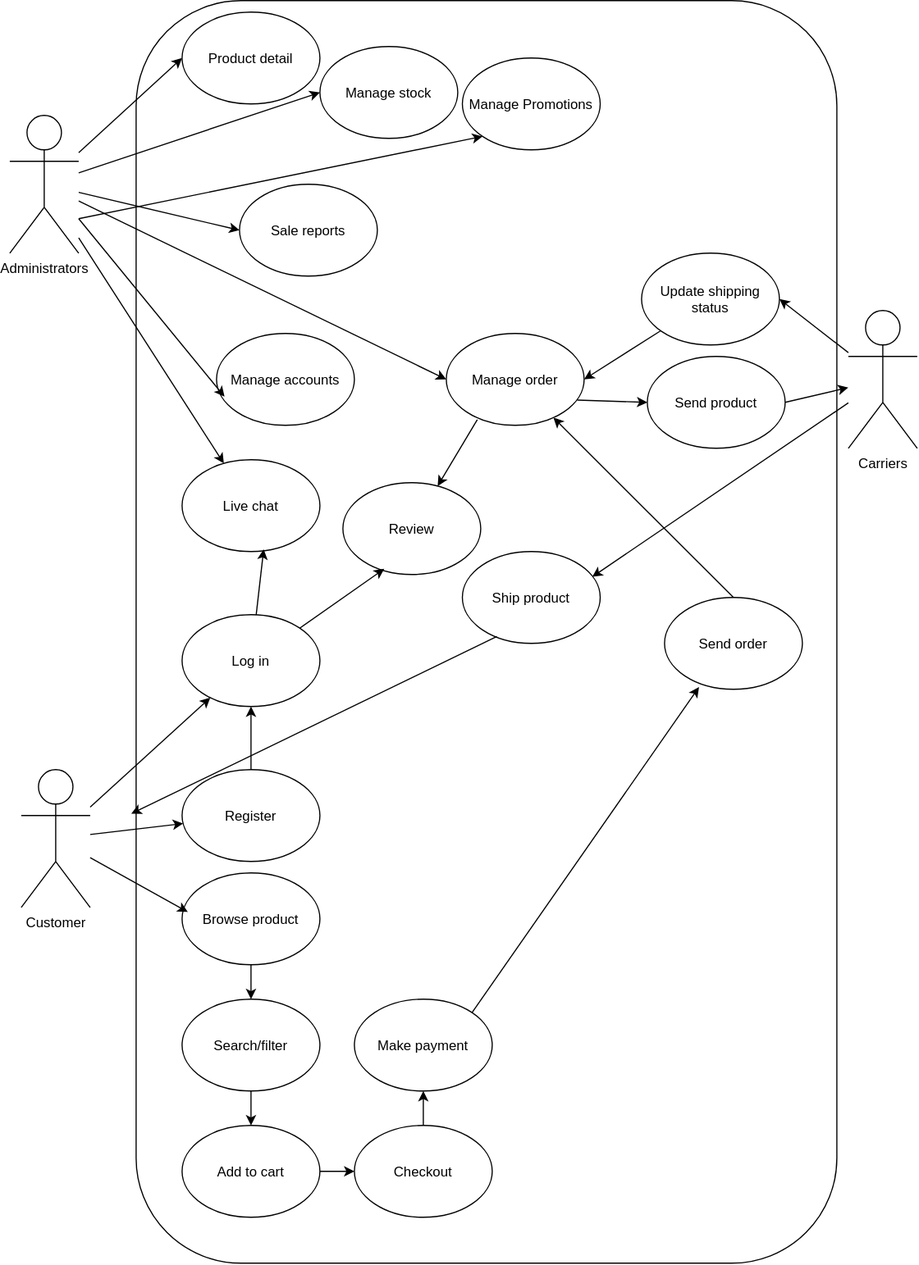
nookarin/ProjectGV keeps this draw.io diagram as 03_Use_Case_Diagram.drawio.svg. Above is the earlier version. Source tidied: cells renumbered, new cells last; positions are measured from the earlier drawing's top-left corner, leaving out a move shared by most shapes.
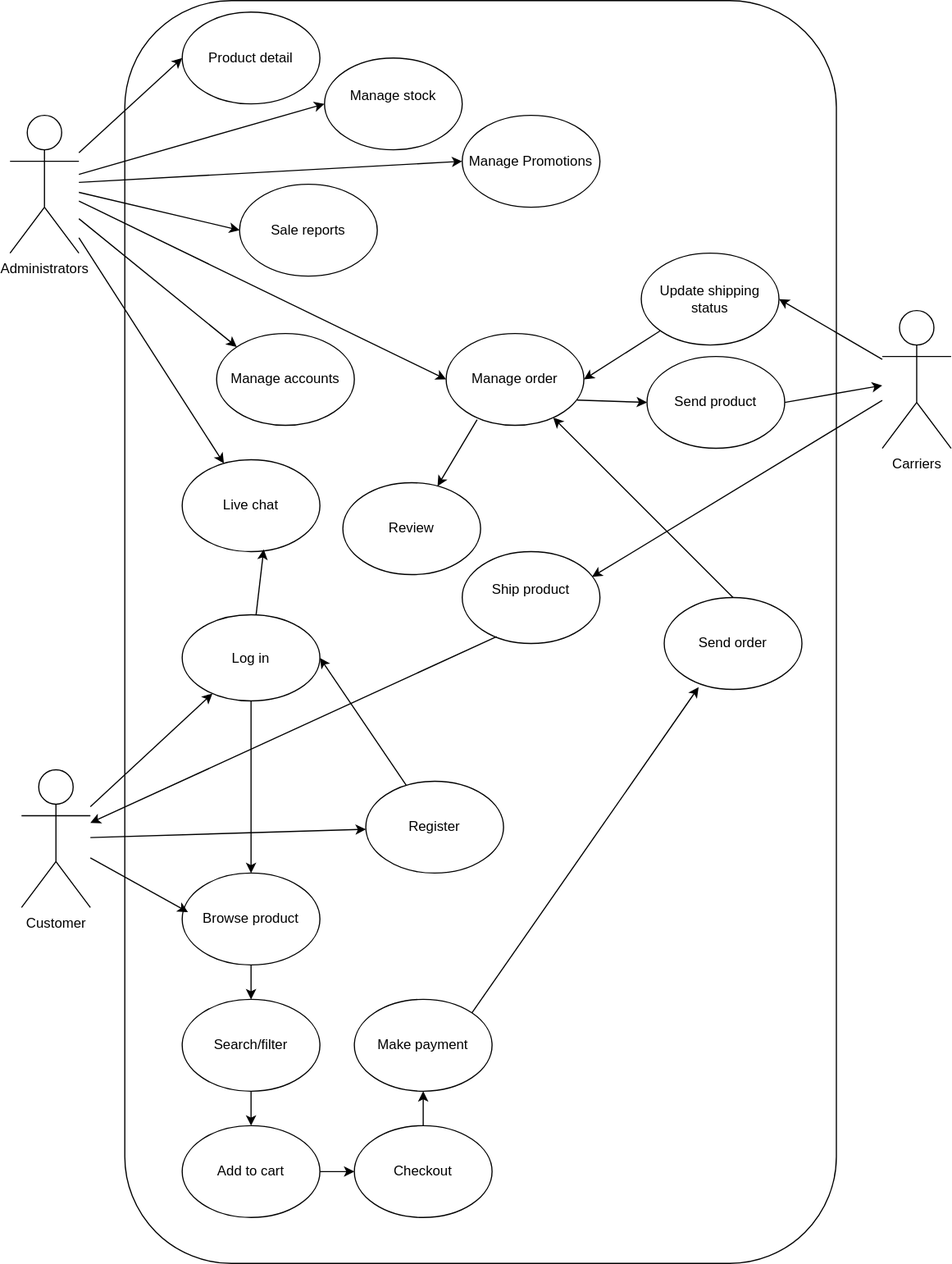
After the commit.

Commit message:
edit use case diagram

The edit, as a diff of the source:
```diff
@@ -3,7 +3,7 @@
     <mxCell id="0" />
     <mxCell id="1" parent="0" />
     <mxCell id="2" style="rounded=1;whiteSpace=wrap;html=1;" parent="1" vertex="1">
-      <mxGeometry x="110" width="610" height="1100" as="geometry" />
+      <mxGeometry x="100" width="620" height="1100" as="geometry" />
     </mxCell>
     <mxCell id="3" value="Administrators&lt;div&gt;&lt;br&gt;&lt;/div&gt;" style="shape=umlActor;verticalLabelPosition=bottom;verticalAlign=top;html=1;outlineConnect=0;" parent="1" vertex="1">
       <mxGeometry y="100" width="60" height="120" as="geometry" />
@@ -12,10 +12,10 @@
       <mxGeometry x="10" y="670" width="60" height="120" as="geometry" />
     </mxCell>
     <mxCell id="5" value="Log in" style="ellipse;whiteSpace=wrap;html=1;shapeInside=1;" parent="1" vertex="1">
-      <mxGeometry x="150" y="535" width="120" height="80" as="geometry" />
+      <mxGeometry x="150" y="535" width="120" height="75" as="geometry" />
     </mxCell>
     <mxCell id="6" value="Register" style="ellipse;whiteSpace=wrap;html=1;shapeInside=1;" parent="1" vertex="1">
-      <mxGeometry x="150" y="670" width="120" height="80" as="geometry" />
+      <mxGeometry x="310" y="680" width="120" height="80" as="geometry" />
     </mxCell>
     <mxCell id="7" value="Browse product" style="ellipse;whiteSpace=wrap;html=1;shapeInside=1;" parent="1" vertex="1">
       <mxGeometry x="150" y="760" width="120" height="80" as="geometry" />
@@ -27,7 +27,7 @@
       <mxGeometry x="300" y="870" width="120" height="80" as="geometry" />
     </mxCell>
     <mxCell id="10" value="Manage stock&lt;div&gt;&lt;br/&gt;&lt;/div&gt;" style="ellipse;whiteSpace=wrap;html=1;shapeInside=1;" parent="1" vertex="1">
-      <mxGeometry x="270" y="40" width="120" height="80" as="geometry" />
+      <mxGeometry x="274" y="50" width="120" height="80" as="geometry" />
     </mxCell>
     <mxCell id="11" value="Manage order" style="ellipse;whiteSpace=wrap;html=1;shapeInside=1;" parent="1" vertex="1">
       <mxGeometry x="380" y="290" width="120" height="80" as="geometry" />
@@ -39,7 +39,7 @@
       <mxGeometry x="150" y="870" width="120" height="80" as="geometry" />
     </mxCell>
     <mxCell id="14" value="&lt;div&gt;Carriers&lt;/div&gt;" style="shape=umlActor;verticalLabelPosition=bottom;verticalAlign=top;html=1;outlineConnect=0;" parent="1" vertex="1">
-      <mxGeometry x="730" y="270" width="60" height="120" as="geometry" />
+      <mxGeometry x="760" y="270" width="60" height="120" as="geometry" />
     </mxCell>
     <mxCell id="15" value="Ship product&lt;div&gt;&lt;br/&gt;&lt;/div&gt;" style="ellipse;whiteSpace=wrap;html=1;shapeInside=1;" parent="1" vertex="1">
       <mxGeometry x="394" y="480" width="120" height="80" as="geometry" />
@@ -57,7 +57,7 @@
       <mxGeometry x="290" y="420" width="120" height="80" as="geometry" />
     </mxCell>
     <mxCell id="20" value="Manage Promotions" style="ellipse;whiteSpace=wrap;html=1;shapeInside=1;" parent="1" vertex="1">
-      <mxGeometry x="394" y="50" width="120" height="80" as="geometry" />
+      <mxGeometry x="394" y="100" width="120" height="80" as="geometry" />
     </mxCell>
     <mxCell id="21" value="Sale reports" style="ellipse;whiteSpace=wrap;html=1;shapeInside=1;" parent="1" vertex="1">
       <mxGeometry x="200" y="160" width="120" height="80" as="geometry" />
@@ -65,7 +65,7 @@
     <mxCell id="22" style="endArrow=classic;html=1;rounded=0;entryX=0;entryY=0.5;entryDx=0;entryDy=0;" parent="1" edge="1" source="3" target="10">
       <mxGeometry relative="1" as="geometry" />
     </mxCell>
-    <mxCell id="23" style="endArrow=classic;html=1;rounded=0;entryX=0.058;entryY=0.688;entryDx=0;entryDy=0;entryPerimeter=0;" parent="1" edge="1" target="17">
+    <mxCell id="23" style="endArrow=classic;html=1;rounded=0;entryX=0;entryY=0;entryDx=0;entryDy=0;" parent="1" edge="1" target="17">
       <mxGeometry relative="1" as="geometry">
         <mxPoint x="60" y="190" as="sourcePoint" />
       </mxGeometry>
@@ -76,7 +76,7 @@
     <mxCell id="25" style="endArrow=classic;html=1;rounded=0;" parent="1" edge="1" source="4" target="6">
       <mxGeometry relative="1" as="geometry" />
     </mxCell>
-    <mxCell id="26" style="endArrow=classic;html=1;rounded=0;entryX=0.5;entryY=1;entryDx=0;entryDy=0;" parent="1" edge="1" source="6" target="5">
+    <mxCell id="26" style="endArrow=classic;html=1;rounded=0;entryX=1;entryY=0.5;entryDx=0;entryDy=0;" parent="1" edge="1" source="6" target="5">
       <mxGeometry relative="1" as="geometry" />
     </mxCell>
     <mxCell id="27" style="endArrow=classic;html=1;rounded=0;" parent="1" edge="1" source="3" target="18">
@@ -88,10 +88,8 @@
     <mxCell id="29" style="endArrow=classic;html=1;rounded=0;entryX=0;entryY=0.5;entryDx=0;entryDy=0;" parent="1" edge="1" source="3" target="11">
       <mxGeometry relative="1" as="geometry" />
     </mxCell>
-    <mxCell id="30" style="endArrow=classic;html=1;rounded=0;entryX=0;entryY=1;entryDx=0;entryDy=0;" parent="1" edge="1" target="20">
-      <mxGeometry relative="1" as="geometry">
-        <mxPoint x="60" y="190" as="sourcePoint" />
-      </mxGeometry>
+    <mxCell id="30" style="endArrow=classic;html=1;rounded=0;entryX=0;entryY=0.5;entryDx=0;entryDy=0;" parent="1" edge="1" source="3" target="20">
+      <mxGeometry relative="1" as="geometry" />
     </mxCell>
     <mxCell id="31" value="Product detail" style="ellipse;whiteSpace=wrap;html=1;shapeInside=1;" parent="1" vertex="1">
       <mxGeometry x="150" y="10" width="120" height="80" as="geometry" />
@@ -123,7 +121,7 @@
     <mxCell id="40" style="endArrow=classic;html=1;rounded=0;exitX=0.5;exitY=0;exitDx=0;exitDy=0;" parent="1" edge="1" source="12" target="9">
       <mxGeometry relative="1" as="geometry" />
     </mxCell>
-    <mxCell id="41" style="endArrow=classic;html=1;rounded=0;exitX=0.25;exitY=0.925;exitDx=0;exitDy=0;exitPerimeter=0;entryX=-0.007;entryY=0.644;entryDx=0;entryDy=0;entryPerimeter=0;" parent="1" edge="1" source="15" target="2">
+    <mxCell id="41" style="endArrow=classic;html=1;rounded=0;exitX=0.25;exitY=0.925;exitDx=0;exitDy=0;exitPerimeter=0;" parent="1" edge="1" source="15" target="4">
       <mxGeometry relative="1" as="geometry" />
     </mxCell>
     <mxCell id="42" style="endArrow=classic;html=1;rounded=0;entryX=1;entryY=0.5;entryDx=0;entryDy=0;" parent="1" edge="1" source="16" target="11">
@@ -150,8 +148,8 @@
     <mxCell id="49" style="endArrow=classic;html=1;rounded=0;exitX=1;exitY=0.5;exitDx=0;exitDy=0;" parent="1" edge="1" source="47" target="14">
       <mxGeometry relative="1" as="geometry" />
     </mxCell>
-    <mxCell id="50" style="endArrow=classic;html=1;rounded=0;entryX=0.3;entryY=0.938;entryDx=0;entryDy=0;entryPerimeter=0;exitX=1;exitY=0;exitDx=0;exitDy=0;" parent="1" edge="1" source="5" target="19">
-      <mxGeometry relative="1" as="geometry" />
-    </mxCell>
+    <mxCell id="51" style="endArrow=classic;html=1;exitX=0.5;exitY=1;exitDx=0;exitDy=0;entryX=0.5;entryY=0;entryDx=0;entryDy=0;" parent="1" edge="1" source="5" target="7">
+      <mxGeometry relative="1" as="geometry" />
+    </mxCell>
   </root>
 </mxGraphModel>
```
